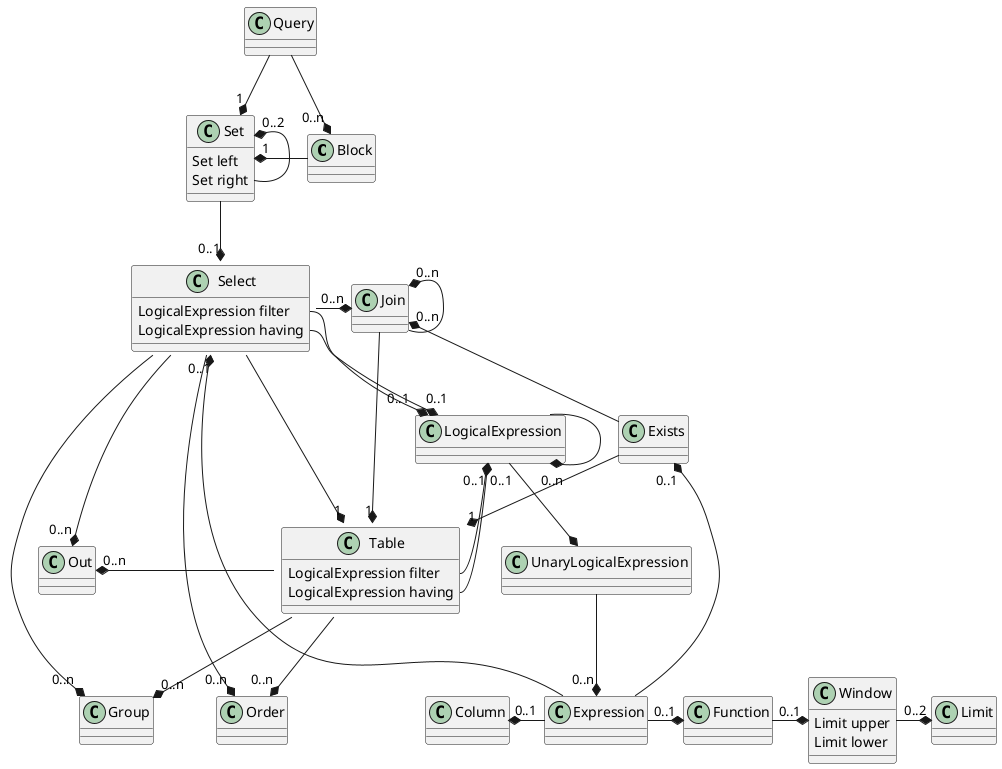
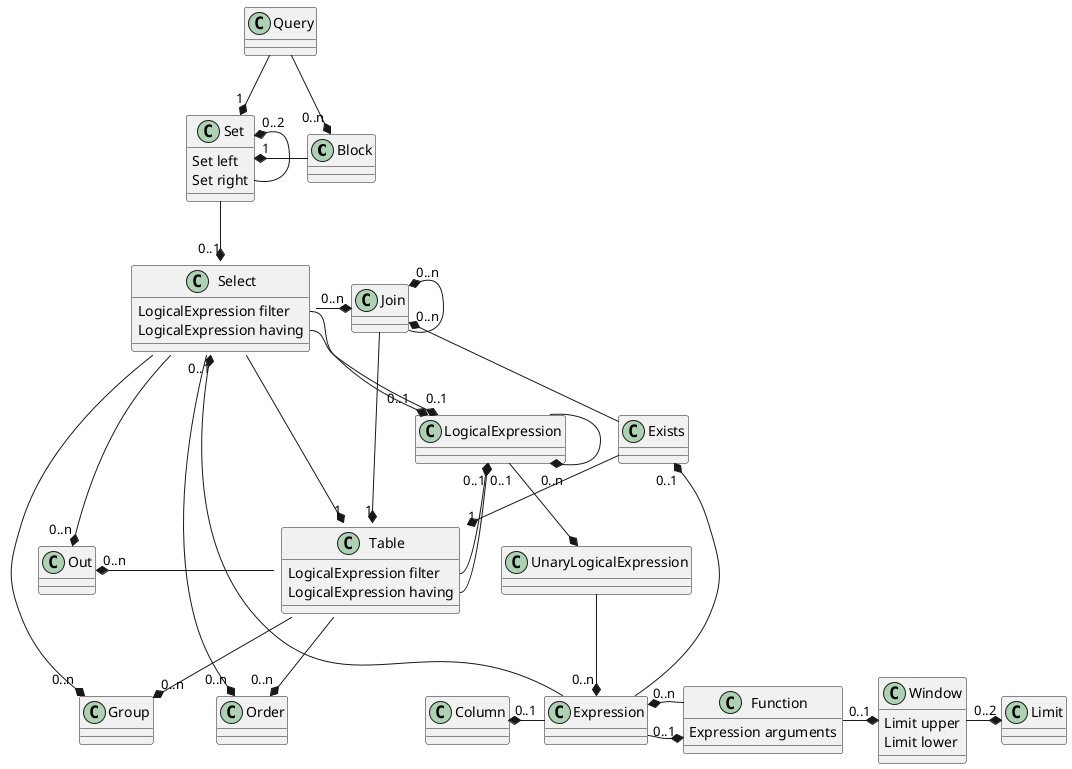
@startuml

class Block {
}

class Column {
}

class Exists {
}

class Expression {
}

class Function {
+ Expression arguments
}

class Group {
}

class Join {
}

class Limit {
}

class LogicalExpression {
}

class Order {
}

class Out {
}

class Query {
}

class Select {
LogicalExpression filter
LogicalExpression having
}

class Set {
Set left
Set right
}

class Table {
LogicalExpression filter
LogicalExpression having
}

class UnaryLogicalExpression {
}

class Window {
Limit upper
Limit lower
}

Block -left-* "1" Set

Set -l-* "0..2" Set

Set --*  "0..1" Select

Query --* "0..n" Block

Query --* "1" Set

Select -d-* "1" Table

Select -r-* "0..n" Join
Select --* "0..n" Out
Select --* "0..n" Order
Select --* "0..n" Group

Select::filter -d-* "0..1" LogicalExpression
Select::having -d-* "0..1" LogicalExpression

Join -u-* "0..n" Join
Join -d-* "1" Table

Exists -u-* "0..n" Join
Exists -d-* "1" Table


Table -l-* "0..n" Out
Table --* "0..n" Order
Table --* "0..n" Group

Table::filter -l-* "0..1" LogicalExpression
Table::having -l-* "0..1" LogicalExpression

LogicalExpression --* "0..n" LogicalExpression
LogicalExpression -d-* UnaryLogicalExpression

UnaryLogicalExpression --* "0..n" Expression

Expression -l-* "0..1" Column
Expression -u-* "0..1" Select
Expression -u-* "0..1" Exists
Expression -r-* "0..1" Function

+ Function -l-* "0..n" Expression
+ 
Function -r-* "0..1" Window

Window -r-* "0..2" Limit
@enduml